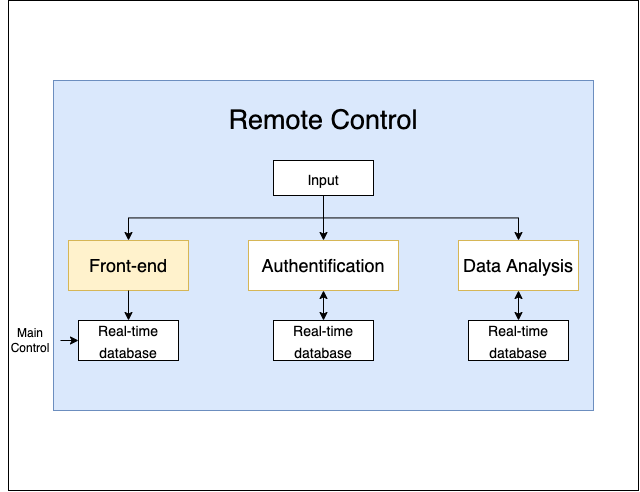
The draw.io diagram ADS Latex/images/UIJetsonCom.png in TuringBoard/ADS, before a commit. Source tidied: cells renumbered, new cells last; positions are measured from the earlier drawing's top-left corner, leaving out a move shared by most shapes.
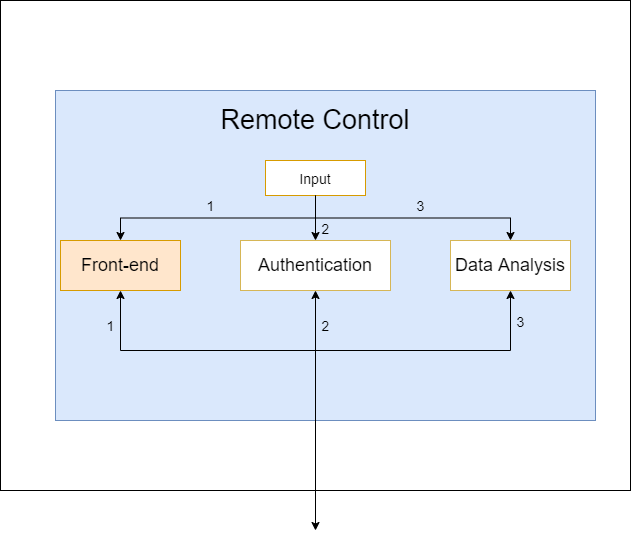
Later version of the same file.

What changed in the source:
```diff
@@ -6,35 +6,23 @@
       <mxGeometry x="8" width="630" height="490" as="geometry" />
     </mxCell>
     <mxCell id="3" style="rounded=0;whiteSpace=wrap;html=1;fillColor=#dae8fc;strokeColor=#6c8ebf;" parent="1" vertex="1">
-      <mxGeometry x="53" y="80" width="540" height="330" as="geometry" />
+      <mxGeometry x="63" y="90" width="540" height="330" as="geometry" />
     </mxCell>
     <mxCell id="4" value="Remote Control" style="text;html=1;strokeColor=none;fillColor=none;align=center;verticalAlign=middle;whiteSpace=wrap;rounded=0;fontSize=27;" parent="1" vertex="1">
       <mxGeometry x="173" y="90" width="300" height="60" as="geometry" />
     </mxCell>
-    <mxCell id="5" value="Front-end" style="rounded=0;whiteSpace=wrap;html=1;fontSize=18;fillColor=#FFF2CC;strokeColor=#d6b656;" parent="1" vertex="1">
+    <mxCell id="5" value="Front-end" style="rounded=0;whiteSpace=wrap;html=1;fontSize=18;fillColor=#ffe6cc;strokeColor=#d79b00;" parent="1" vertex="1">
       <mxGeometry x="68" y="240" width="120" height="50" as="geometry" />
     </mxCell>
-    <mxCell id="6" value="&lt;span style=&quot;font-size: 14px&quot;&gt;Real-time database&lt;/span&gt;" style="rounded=0;whiteSpace=wrap;html=1;fontSize=18;" parent="1" vertex="1">
-      <mxGeometry x="78" y="320" width="100" height="40" as="geometry" />
-    </mxCell>
     <mxCell id="7" style="edgeStyle=orthogonalEdgeStyle;rounded=0;jettySize=auto;html=1;exitX=0.5;exitY=1;exitDx=0;exitDy=0;entryX=0.5;entryY=0;entryDx=0;entryDy=0;fontSize=14;" parent="1" edge="1" source="8" target="5">
       <mxGeometry relative="1" as="geometry" />
     </mxCell>
-    <mxCell id="8" value="&lt;span style=&quot;font-size: 14px&quot;&gt;Input&lt;br&gt;&lt;/span&gt;" style="rounded=0;whiteSpace=wrap;html=1;fontSize=18;" parent="1" vertex="1">
+    <mxCell id="8" value="&lt;span style=&quot;font-size: 14px&quot;&gt;Input&lt;br&gt;&lt;/span&gt;" style="rounded=0;whiteSpace=wrap;html=1;fontSize=18;fillColor=#FFFFFF;strokeColor=#d79b00;" parent="1" vertex="1">
       <mxGeometry x="273" y="160" width="100" height="35" as="geometry" />
     </mxCell>
-    <mxCell id="9" style="endArrow=classic;html=1;rounded=0;fontSize=14;entryX=0.5;entryY=0;entryDx=0;entryDy=0;" parent="1" edge="1" source="5" target="6">
-      <mxGeometry relative="1" as="geometry" />
-    </mxCell>
-    <mxCell id="10" value="Authentification" style="rounded=0;whiteSpace=wrap;html=1;fontSize=18;fillColor=#FFFFFF;strokeColor=#d6b656;" parent="1" vertex="1">
+    <mxCell id="10" value="Authentication" style="rounded=0;whiteSpace=wrap;html=1;fontSize=18;fillColor=#FFFFFF;strokeColor=#d6b656;" parent="1" vertex="1">
       <mxGeometry x="248" y="240" width="150" height="50" as="geometry" />
     </mxCell>
-    <mxCell id="11" value="Main Control" style="text;html=1;strokeColor=none;fillColor=none;align=center;verticalAlign=middle;whiteSpace=wrap;rounded=0;" parent="1" vertex="1">
-      <mxGeometry y="325" width="60" height="30" as="geometry" />
-    </mxCell>
-    <mxCell id="12" style="endArrow=classic;html=1;rounded=0;endSize=6;jumpSize=10;exitX=1;exitY=0.5;exitDx=0;exitDy=0;entryX=0;entryY=0.5;entryDx=0;entryDy=0;" parent="1" edge="1" source="11" target="6">
-      <mxGeometry relative="1" as="geometry" />
-    </mxCell>
     <mxCell id="13" value="Data Analysis" style="rounded=0;whiteSpace=wrap;html=1;fontSize=18;fillColor=#FFFFFF;strokeColor=#d6b656;" parent="1" vertex="1">
       <mxGeometry x="458" y="240" width="120" height="50" as="geometry" />
     </mxCell>
@@ -46,17 +34,36 @@
     <mxCell id="15" style="endArrow=classic;html=1;rounded=0;endSize=6;jumpSize=10;exitX=0.5;exitY=1;exitDx=0;exitDy=0;entryX=0.5;entryY=0;entryDx=0;entryDy=0;" parent="1" edge="1" source="8" target="10">
       <mxGeometry relative="1" as="geometry" />
     </mxCell>
-    <mxCell id="16" value="&lt;span style=&quot;font-size: 14px&quot;&gt;Real-time database&lt;/span&gt;" style="rounded=0;whiteSpace=wrap;html=1;fontSize=18;" parent="1" vertex="1">
-      <mxGeometry x="273" y="320" width="100" height="40" as="geometry" />
-    </mxCell>
-    <mxCell id="17" style="endArrow=classic;startArrow=classic;html=1;rounded=0;endSize=6;jumpSize=10;exitX=0.5;exitY=0;exitDx=0;exitDy=0;entryX=0.5;entryY=1;entryDx=0;entryDy=0;" parent="1" edge="1" source="16" target="10">
-      <mxGeometry relative="1" as="geometry" />
+    <mxCell id="17" style="endArrow=classic;startArrow=classic;html=1;rounded=0;endSize=6;jumpSize=10;entryX=0.5;entryY=1;entryDx=0;entryDy=0;" parent="1" edge="1" target="10">
+      <mxGeometry relative="1" as="geometry">
+        <mxPoint x="323" y="530" as="sourcePoint" />
+      </mxGeometry>
     </mxCell>
-    <mxCell id="18" value="&lt;span style=&quot;font-size: 14px&quot;&gt;Real-time database&lt;/span&gt;" style="rounded=0;whiteSpace=wrap;html=1;fontSize=18;" parent="1" vertex="1">
-      <mxGeometry x="468" y="320" width="100" height="40" as="geometry" />
-    </mxCell>
-    <mxCell id="19" style="endArrow=classic;startArrow=classic;html=1;rounded=0;endSize=6;jumpSize=10;exitX=0.5;exitY=0;exitDx=0;exitDy=0;entryX=0.5;entryY=1;entryDx=0;entryDy=0;" parent="1" edge="1" source="18" target="13">
-      <mxGeometry relative="1" as="geometry" />
-    </mxCell>
+    <mxCell id="20" style="endArrow=classic;startArrow=classic;html=1;rounded=0;entryX=0.5;entryY=1;entryDx=0;entryDy=0;exitX=0.5;exitY=1;exitDx=0;exitDy=0;" parent="1" edge="1" source="5" target="13">
+      <mxGeometry relative="1" as="geometry">
+        <Array as="points">
+          <mxPoint x="128" y="350" />
+          <mxPoint x="518" y="350" />
+        </Array>
+      </mxGeometry>
+    </mxCell>
+    <mxCell id="21" value="&lt;font style=&quot;font-size: 14px&quot;&gt;1&lt;/font&gt;" style="text;html=1;align=center;verticalAlign=middle;strokeColor=none;fillColor=none;fontSize=18;" parent="1" vertex="1">
+      <mxGeometry x="208" y="190" width="20" height="30" as="geometry" />
+    </mxCell>
+    <mxCell id="22" value="&lt;font style=&quot;font-size: 14px&quot;&gt;2&lt;br&gt;&lt;/font&gt;" style="text;html=1;align=center;verticalAlign=middle;strokeColor=none;fillColor=none;fontSize=18;" parent="1" vertex="1">
+      <mxGeometry x="323" y="213" width="20" height="30" as="geometry" />
+    </mxCell>
+    <mxCell id="23" value="&lt;font style=&quot;font-size: 14px&quot;&gt;3&lt;/font&gt;" style="text;html=1;align=center;verticalAlign=middle;strokeColor=none;fillColor=none;fontSize=18;" parent="1" vertex="1">
+      <mxGeometry x="418" y="190" width="20" height="30" as="geometry" />
+    </mxCell>
+    <mxCell id="24" value="&lt;font style=&quot;font-size: 14px&quot;&gt;1&lt;/font&gt;" style="text;html=1;align=center;verticalAlign=middle;strokeColor=none;fillColor=none;fontSize=18;" parent="1" vertex="1">
+      <mxGeometry x="108" y="310" width="20" height="30" as="geometry" />
+    </mxCell>
+    <mxCell id="25" value="&lt;font style=&quot;font-size: 14px&quot;&gt;2&lt;/font&gt;" style="text;html=1;align=center;verticalAlign=middle;strokeColor=none;fillColor=none;fontSize=18;" parent="1" vertex="1">
+      <mxGeometry x="323" y="310" width="20" height="30" as="geometry" />
+    </mxCell>
+    <mxCell id="26" value="&lt;font style=&quot;font-size: 14px&quot;&gt;3&lt;/font&gt;" style="text;html=1;align=center;verticalAlign=middle;strokeColor=none;fillColor=none;fontSize=18;" parent="1" vertex="1">
+      <mxGeometry x="518" y="306" width="20" height="30" as="geometry" />
+    </mxCell>
   </root>
 </mxGraphModel>
```
